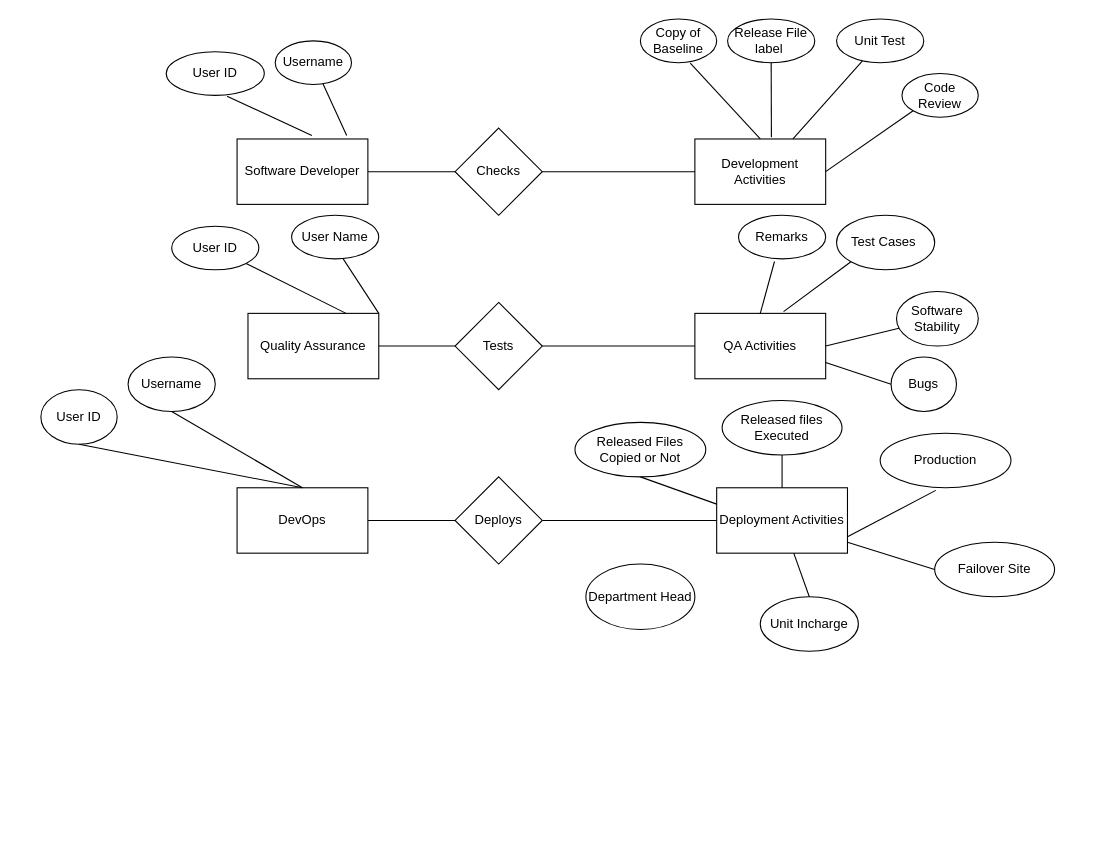
The draw.io diagram Untitled Diagram.drawio in Hassan-293/erd, before the edit. Source tidied: cells renumbered, new cells numbered last; positions are measured from the earlier drawing's top-left corner, leaving out a move shared by most shapes. Both pictures are drawn from the tidied source at 109%, with x=0, y=0 at pixel (40, 19).
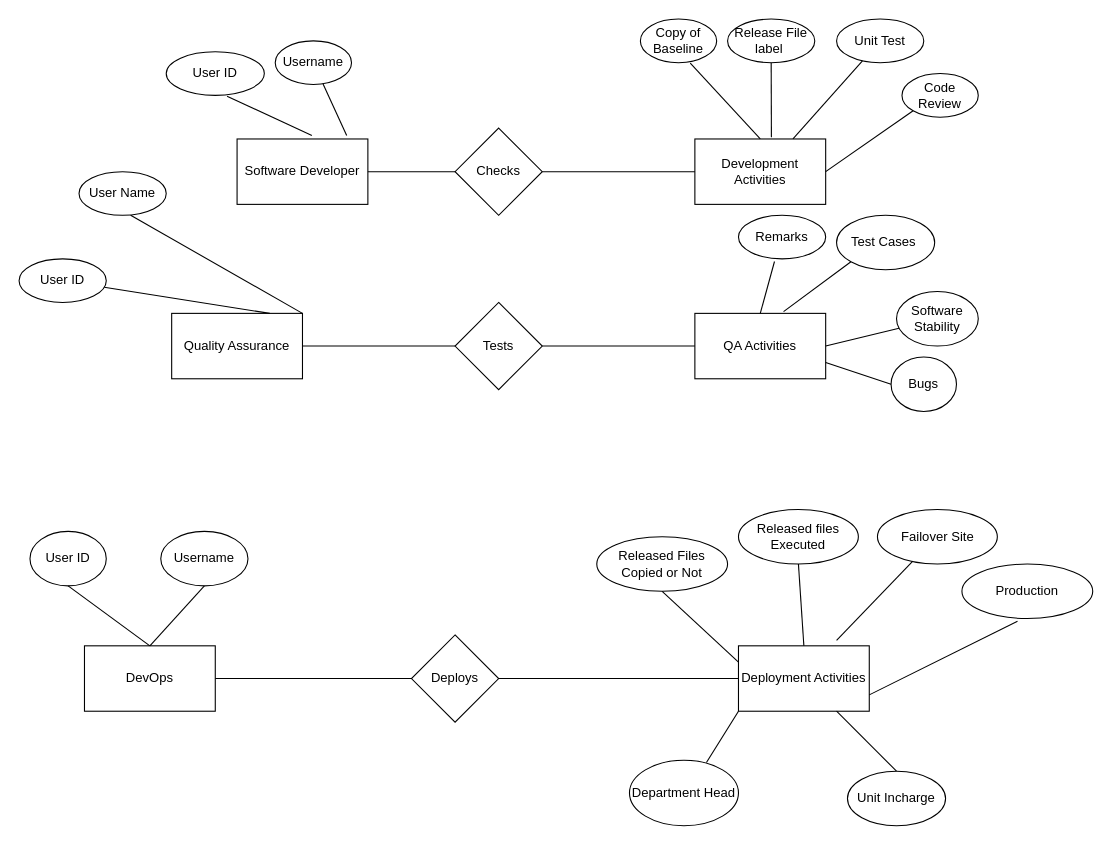
The same diagram, later.

Diff of the diagram source:
```diff
@@
     <mxCell id="3" value="Deploys" style="rhombus;whiteSpace=wrap;html=1;" parent="1" vertex="1">
-      <mxGeometry x="380" y="420" width="80" height="80" as="geometry" />
+      <mxGeometry x="340" y="565" width="80" height="80" as="geometry" />
     </mxCell>
@@
     <mxCell id="6" value="Quality Assurance" style="rounded=0;whiteSpace=wrap;html=1;" parent="1" vertex="1">
-      <mxGeometry x="190" y="270" width="120" height="60" as="geometry" />
+      <mxGeometry x="120" y="270" width="120" height="60" as="geometry" />
     </mxCell>
     <mxCell id="7" value="DevOps" style="rounded=0;whiteSpace=wrap;html=1;" parent="1" vertex="1">
-      <mxGeometry x="180" y="430" width="120" height="60" as="geometry" />
+      <mxGeometry x="40" y="575" width="120" height="60" as="geometry" />
     </mxCell>
@@
     <mxCell id="9" value="Deployment Activities" style="rounded=0;whiteSpace=wrap;html=1;" parent="1" vertex="1">
-      <mxGeometry x="620" y="430" width="120" height="60" as="geometry" />
+      <mxGeometry x="640" y="575" width="120" height="60" as="geometry" />
     </mxCell>
@@
     <mxCell id="23" value="User ID" style="ellipse;whiteSpace=wrap;html=1;" parent="1" vertex="1">
-      <mxGeometry x="120" y="190" width="80" height="40" as="geometry" />
+      <mxGeometry x="-20" y="220" width="80" height="40" as="geometry" />
     </mxCell>
@@
     <mxCell id="31" value="User Name" style="ellipse;whiteSpace=wrap;html=1;" parent="1" vertex="1">
-      <mxGeometry x="230" y="180" width="80" height="40" as="geometry" />
+      <mxGeometry x="35" y="140" width="80" height="40" as="geometry" />
     </mxCell>
@@
     <mxCell id="41" value="Username" style="ellipse;whiteSpace=wrap;html=1;" parent="1" vertex="1">
-      <mxGeometry x="80" y="310" width="80" height="50" as="geometry" />
+      <mxGeometry x="110" y="470" width="80" height="50" as="geometry" />
     </mxCell>
     <mxCell id="42" value="User ID" style="ellipse;whiteSpace=wrap;html=1;" parent="1" vertex="1">
-      <mxGeometry y="340" width="70" height="50" as="geometry" />
+      <mxGeometry x="-10" y="470" width="70" height="50" as="geometry" />
     </mxCell>
@@
     <mxCell id="45" value="Released Files Copied or Not" style="ellipse;whiteSpace=wrap;html=1;" parent="1" vertex="1">
-      <mxGeometry x="490" y="370" width="120" height="50" as="geometry" />
+      <mxGeometry x="510" y="475" width="120" height="50" as="geometry" />
     </mxCell>
     <mxCell id="46" value="Production" style="ellipse;whiteSpace=wrap;html=1;" parent="1" vertex="1">
-      <mxGeometry x="770" y="380" width="120" height="50" as="geometry" />
+      <mxGeometry x="845" y="500" width="120" height="50" as="geometry" />
     </mxCell>
@@
     <mxCell id="48" value="Failover Site" style="ellipse;whiteSpace=wrap;html=1;" parent="1" vertex="1">
-      <mxGeometry x="820" y="480" width="110" height="50" as="geometry" />
+      <mxGeometry x="767.5" y="450" width="110" height="50" as="geometry" />
     </mxCell>
     <mxCell id="49" value="Released files Executed" style="ellipse;whiteSpace=wrap;html=1;" parent="1" vertex="1">
-      <mxGeometry x="625" y="350" width="110" height="50" as="geometry" />
+      <mxGeometry x="640" y="450" width="110" height="50" as="geometry" />
     </mxCell>
@@
-    <mxCell id="52" style="endArrow=none;html=1;rounded=0;entryX=0;entryY=0.5;entryDx=0;entryDy=0;" parent="1" edge="1" target="48">
-      <mxGeometry relative="1" as="geometry">
-        <mxPoint x="740" y="480" as="sourcePoint" />
-      </mxGeometry>
-    </mxCell>
     <mxCell id="53" value="Department Head" style="ellipse;whiteSpace=wrap;html=1;" parent="1" vertex="1">
-      <mxGeometry x="500" y="500" width="100" height="60" as="geometry" />
+      <mxGeometry x="540" y="680" width="100" height="60" as="geometry" />
     </mxCell>
     <mxCell id="54" value="Unit Incharge" style="ellipse;whiteSpace=wrap;html=1;" parent="1" vertex="1">
-      <mxGeometry x="660" y="530" width="90" height="50" as="geometry" />
+      <mxGeometry x="740" y="690" width="90" height="50" as="geometry" />
     </mxCell>
@@
+    <mxCell id="56" style="endArrow=none;html=1;rounded=0;entryX=0;entryY=1;entryDx=0;entryDy=0;exitX=0.706;exitY=0.033;exitDx=0;exitDy=0;exitPerimeter=0;" parent="1" edge="1" source="53" target="9">
+      <mxGeometry relative="1" as="geometry" />
+    </mxCell>
+    <mxCell id="57" style="endArrow=none;html=1;rounded=0;entryX=0.295;entryY=0.944;entryDx=0;entryDy=0;entryPerimeter=0;" parent="1" edge="1" target="48">
+      <mxGeometry relative="1" as="geometry">
+        <mxPoint x="730" y="570" as="sourcePoint" />
+      </mxGeometry>
+    </mxCell>
```
